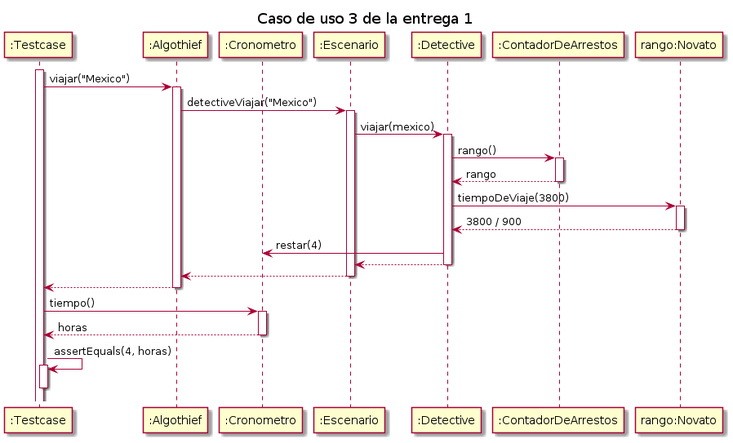
Earlier version of the PlantUML export diagrams/sequences/secuencia_entrega1_testcase03.png (MegaRedHand/algo-thief). Its diagram source:
```plantuml
@startuml

title "Caso de uso 3 de la entrega 1"

participant ":Testcase" as testcase
participant ":Algothief" as algothief
participant ":Cronometro" as cronometro
participant ":Escenario" as escenario
participant ":Detective" as detective
participant ":ContadorDeArrestos" as contador
participant "rango:Novato" as rango

activate testcase
testcase -> algothief++: viajar("Mexico")
    algothief -> escenario++: detectiveViajar("Mexico")
        escenario -> detective++: viajar(mexico)
            detective -> contador++: rango()
                return rango
            detective -> rango++: tiempoDeViaje(3800)
                return 3800 / 900
            detective -> cronometro: restar(4)
            return
        return
    return

testcase -> cronometro++: tiempo()
    return horas

testcase -> testcase++: assertEquals(4, horas)
deactivate testcase

@enduml
```
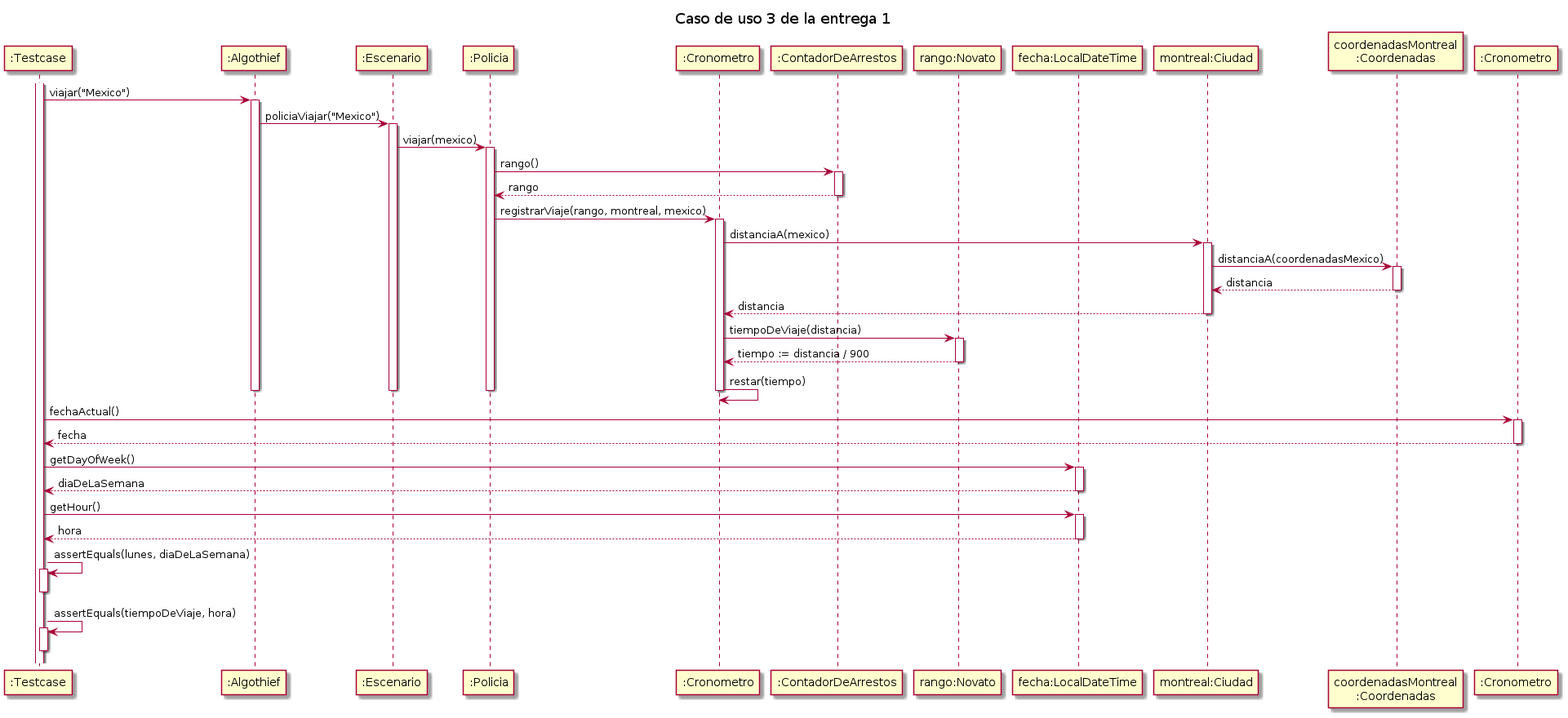
Above is the later version.

Change to the diagram source:
```diff
@@ -4,29 +4,48 @@
 
 participant ":Testcase" as testcase
 participant ":Algothief" as algothief
+participant ":Escenario" as escenario
+participant ":Policia" as policia
 participant ":Cronometro" as cronometro
-participant ":Escenario" as escenario
-participant ":Detective" as detective
 participant ":ContadorDeArrestos" as contador
 participant "rango:Novato" as rango
+participant "fecha:LocalDateTime" as fecha
+participant "montreal:Ciudad" as montreal
+participant "coordenadasMontreal\n:Coordenadas" as coordenadasMontreal
+participant ":Cronometro" as cron
 
 activate testcase
 testcase -> algothief++: viajar("Mexico")
-    algothief -> escenario++: detectiveViajar("Mexico")
-        escenario -> detective++: viajar(mexico)
-            detective -> contador++: rango()
+    algothief -> escenario++: policiaViajar("Mexico")
+        escenario -> policia++: viajar(mexico)
+            policia -> contador++: rango()
                 return rango
-            detective -> rango++: tiempoDeViaje(3800)
-                return 3800 / 900
-            detective -> cronometro: restar(4)
-            return
-        return
-    return
+            policia -> cronometro++: registrarViaje(rango, montreal, mexico)
+                cronometro -> montreal++: distanciaA(mexico)
+                    montreal -> coordenadasMontreal++: distanciaA(coordenadasMexico)
+                        return distancia
+                    return distancia
+                cronometro -> rango++: tiempoDeViaje(distancia)
+                    return tiempo := distancia / 900
+                cronometro -> cronometro--: restar(tiempo)
+            deactivate
+        deactivate
+    deactivate
 
-testcase -> cronometro++: tiempo()
-    return horas
+testcase -> cron++: fechaActual()
+    return fecha
 
-testcase -> testcase++: assertEquals(4, horas)
-deactivate testcase
+testcase -> fecha++: getDayOfWeek()
+    return diaDeLaSemana
+
+testcase -> fecha++: getHour()
+    return hora
+
+testcase -> testcase++: assertEquals(lunes, diaDeLaSemana)
+deactivate
+
+testcase -> testcase++: assertEquals(tiempoDeViaje, hora)
+deactivate
+
 
 @enduml
```
